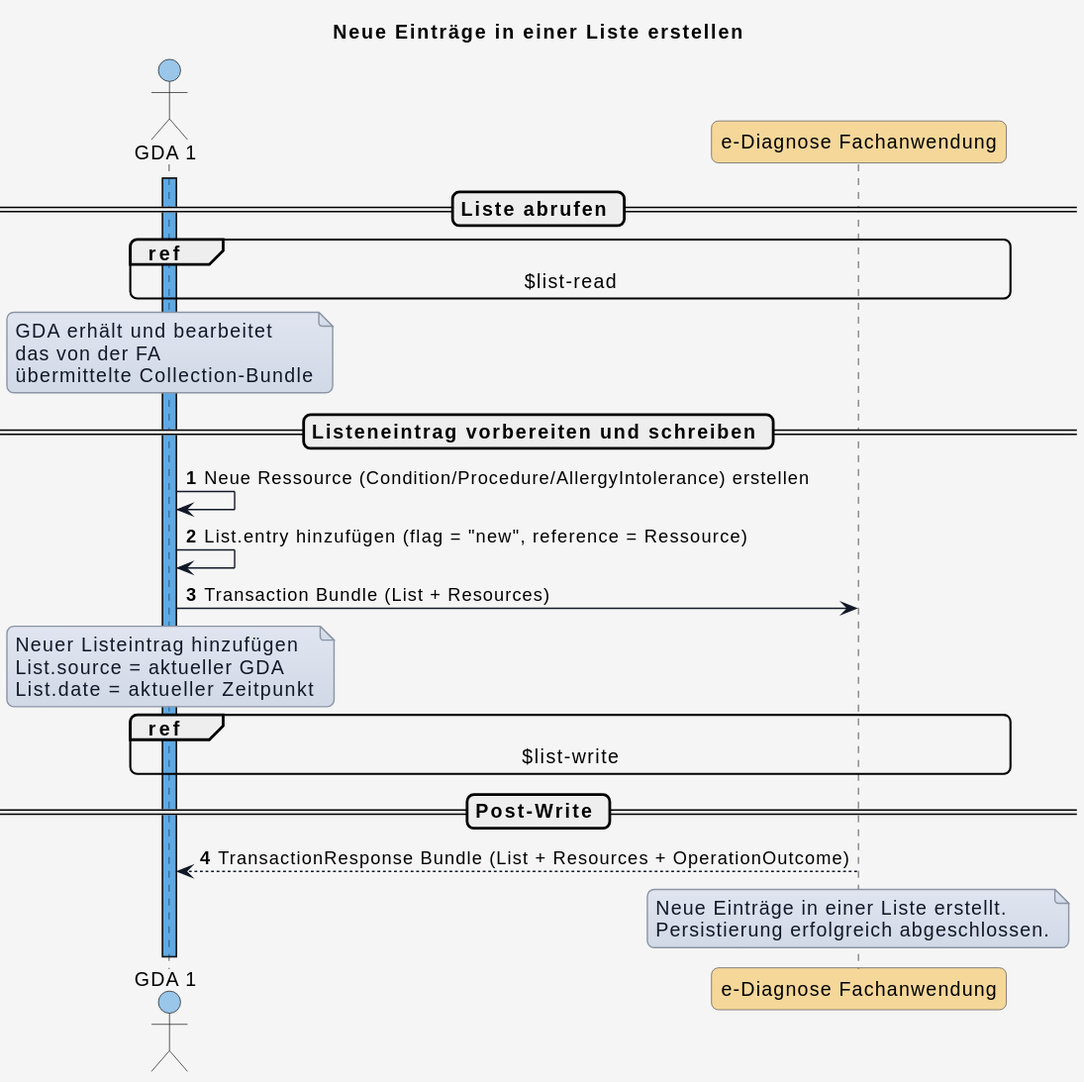
HL7Austria/ELGA-e-Diagnose-R4 keeps this PlantUML diagram as input/images/plantuml/diagram_uc_06_02.svg. Above is the earlier version. Source of this version:
```plantuml
@startuml
title Neue Einträge in einer Liste erstellen

skinparam borderColor #000000
skinparam backgroundColor #f5f5f5
skinparam shadowing false
skinparam roundCorner 10
skinparam defaultFontName "Arial"
skinparam defaultFontSize 14
skinparam defaultFontColor #000000
skinparam HyperlinkColor #0000EE
skinparam HyperlinkUnderline false
skinparam BoxPadding 20
skinparam BoxBorderColor #555555

skinparam note {
  BackgroundColor #e0e5f0-#d1d9e6
  BorderColor #8b95a5
  BorderThickness 1
  RoundCorner 0
  Padding 6
  FontColor #111827
  Shadowing false
}

skinparam sequence {
  ParticipantBorderColor #555555
  ParticipantBackgroundColor #ffffff
  ParticipantFontColor #000000
  ParticipantFontSize 14
  ParticipantPadding 20
  ArrowColor #111827
  ArrowThickness 1
  ArrowFontColor #000000
  ArrowFontSize 13
  GroupBorderColor #111827
  GroupBackgroundColor #eef2ff
  GroupBorderThickness 2
}

!define COLOR_GDA_1    #0078D460
!define COLOR_GDA_2    #8764B860
!define COLOR_PATIENT  #00950560
!define COLOR_APO      #00B7C360
!define COLOR_DIAG_FA  #f5a40360
!define COLOR_E_REZEPT #E7485660

!define COLOR_OK       #50E6FF25
!define COLOR_ERROR    #FF8C0035

actor GDA_1 as "GDA 1" COLOR_GDA_1
participant eDiag_FA as "e-Diagnose Fachanwendung" COLOR_DIAG_FA

autonumber


== Liste abrufen ==

activate GDA_1 COLOR_GDA_1

ref over GDA_1, eDiag_FA : $list-read

note over GDA_1
GDA erhält und bearbeitet
das von der FA
übermittelte Collection-Bundle
end note

== Listeneintrag vorbereiten und schreiben ==

GDA_1 -> GDA_1: Neue Ressource (Condition/Procedure/AllergyIntolerance) erstellen
GDA_1 -> GDA_1: List.entry hinzufügen (flag = "new", reference = Ressource)

GDA_1 -> eDiag_FA : Transaction Bundle (List + Resources)

note over GDA_1
Neuer Listeintrag hinzufügen
List.source = aktueller GDA
List.date = aktueller Zeitpunkt
end note

ref over GDA_1, eDiag_FA : $list-write

== Post-Write ==

eDiag_FA --> GDA_1 : TransactionResponse Bundle (List + Resources + OperationOutcome)

note over eDiag_FA
Neue Einträge in einer Liste erstellt.
Persistierung erfolgreich abgeschlossen.
end note
@enduml
```
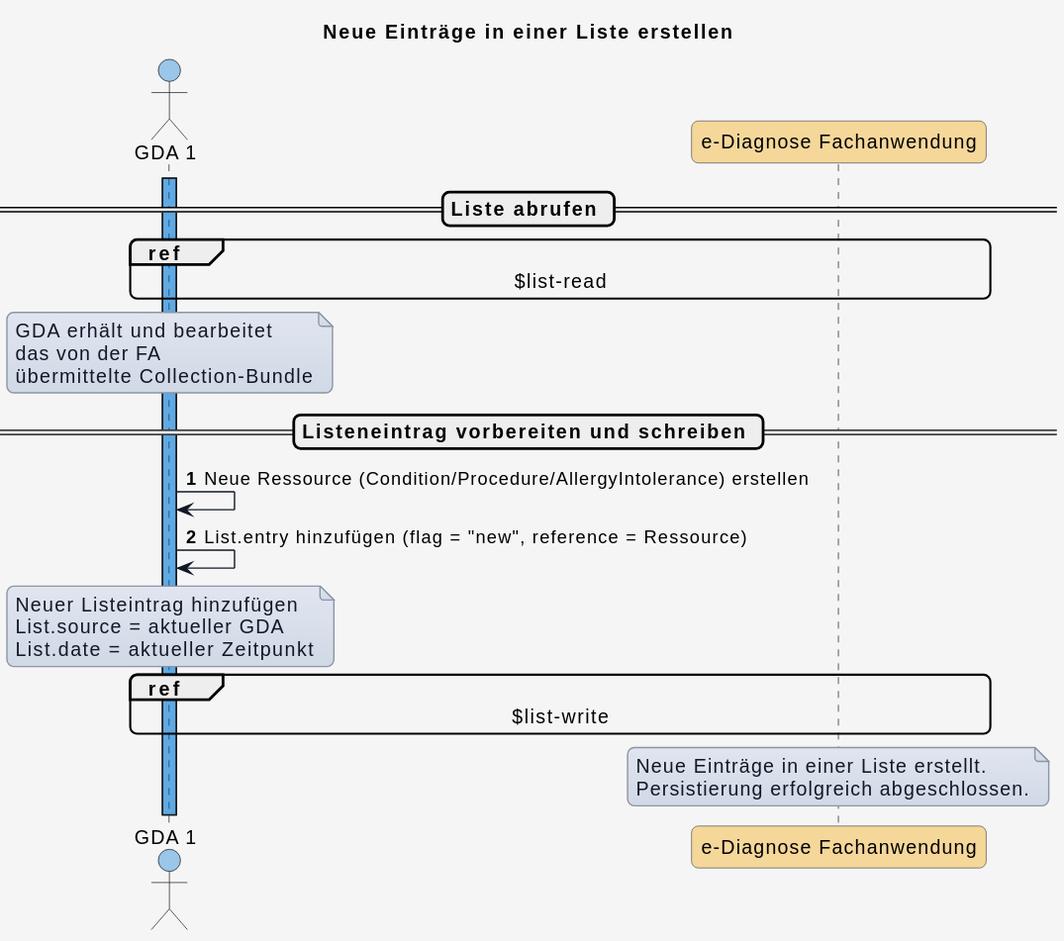
After the change.

What changed in the source:
```diff
@@ -71,7 +71,6 @@
 GDA_1 -> GDA_1: Neue Ressource (Condition/Procedure/AllergyIntolerance) erstellen
 GDA_1 -> GDA_1: List.entry hinzufügen (flag = "new", reference = Ressource)
 
-GDA_1 -> eDiag_FA : Transaction Bundle (List + Resources)
 
 note over GDA_1
 Neuer Listeintrag hinzufügen
@@ -81,9 +80,7 @@
 
 ref over GDA_1, eDiag_FA : $list-write
 
-== Post-Write ==
 
-eDiag_FA --> GDA_1 : TransactionResponse Bundle (List + Resources + OperationOutcome)
 
 note over eDiag_FA
 Neue Einträge in einer Liste erstellt.
```
